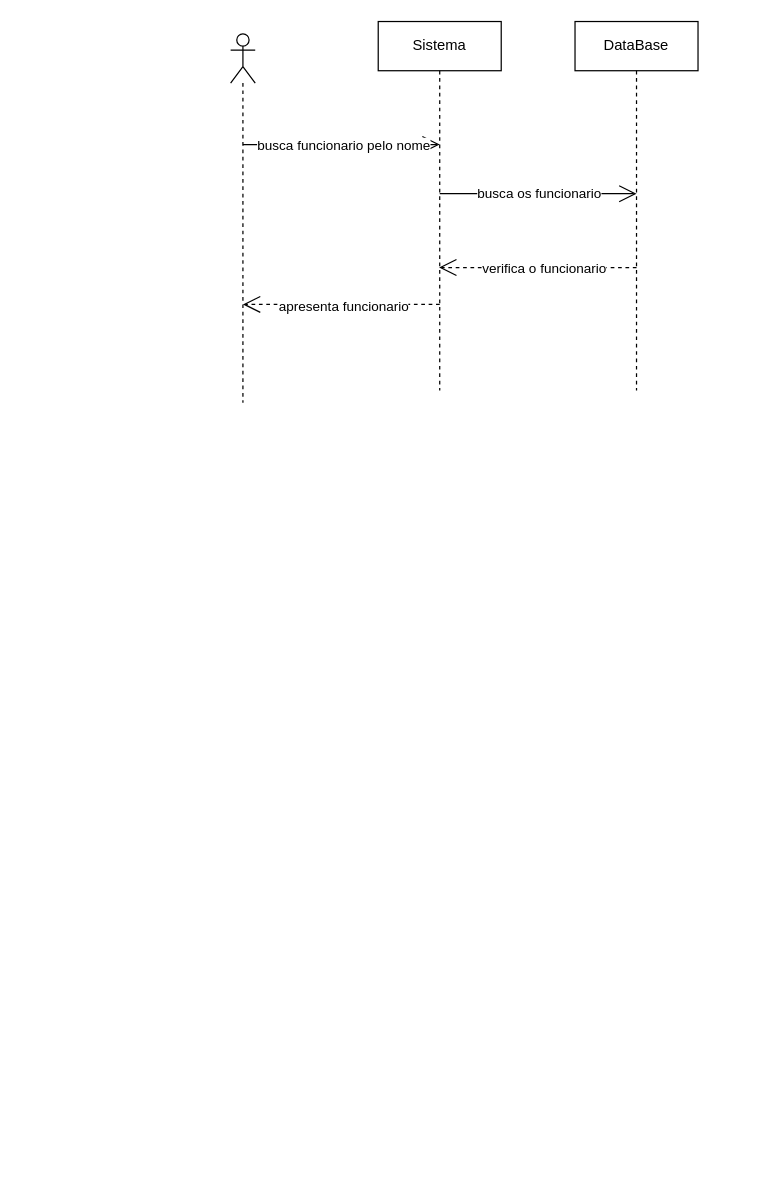
Earlier version of the draw.io diagram page "busca funcionario pelo nome" (19 of 22) of diagramas/sequencias/sequencias.drawio (ismaelnata01-maker/sistema-de-gestao-escolar). Source tidied: cells renumbered, new cells numbered last; positions are measured from the earlier drawing's top-left corner, leaving out a move shared by most shapes. Both pictures are drawn from the tidied source at 123%, with x=0, y=0 at pixel (230, 21).
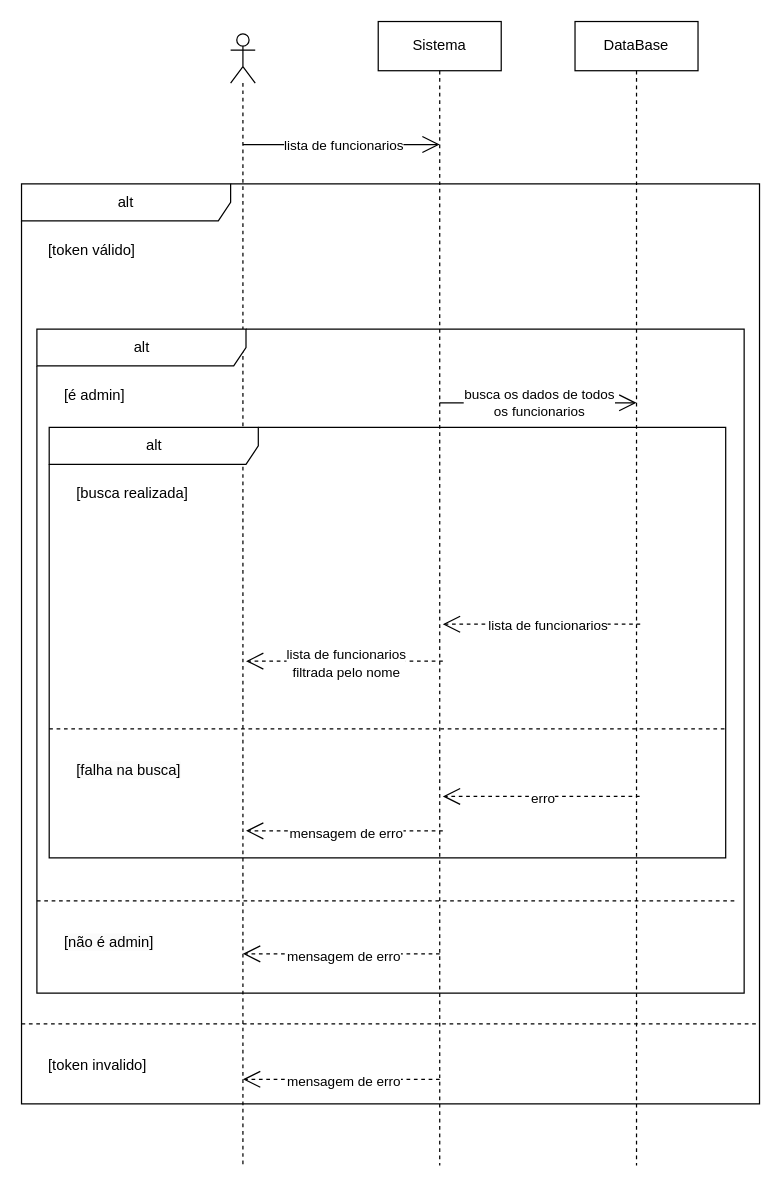
After the change.

Change to the diagram source:
```diff
@@
-    <mxCell id="2" style="endArrow=open;endFill=1;endSize=12;html=1;dashed=1;" parent="1" edge="1">
-      <mxGeometry relative="1" as="geometry">
-        <mxPoint x="330" y="200" as="sourcePoint" />
-        <mxPoint x="169.5" y="200" as="targetPoint" />
-        <Array as="points">
-          <mxPoint x="310" y="200" />
-        </Array>
-      </mxGeometry>
-    </mxCell>
-    <mxCell id="3" value="verifica o funcionario" style="edgeLabel;html=1;align=center;verticalAlign=middle;" parent="2" vertex="1">
-      <mxGeometry x="-0.05" relative="1" as="geometry" />
-    </mxCell>
-    <mxCell id="4" style="shape=umlLifeline;perimeter=lifelinePerimeter;whiteSpace=wrap;html=1;newEdgeStyle={&quot;curved&quot;:0,&quot;rounded&quot;:0};participant=umlActor;" parent="1" vertex="1">
-      <mxGeometry y="10" width="20" height="300" as="geometry" />
-    </mxCell>
+    <mxCell id="13" style="shape=umlLifeline;perimeter=lifelinePerimeter;whiteSpace=wrap;html=1;newEdgeStyle={&quot;curved&quot;:0,&quot;rounded&quot;:0};participant=umlActor;" parent="1" vertex="1">
+      <mxGeometry y="10" width="20" height="920" as="geometry" />
+    </mxCell>
     <mxCell id="5" value="Sistema" style="shape=umlLifeline;perimeter=lifelinePerimeter;whiteSpace=wrap;html=1;newEdgeStyle={&quot;curved&quot;:0,&quot;rounded&quot;:0};" parent="1" vertex="1">
-      <mxGeometry x="120" width="100" height="300" as="geometry" />
+      <mxGeometry x="120" width="100" height="930" as="geometry" />
     </mxCell>
     <mxCell id="6" value="DataBase" style="shape=umlLifeline;perimeter=lifelinePerimeter;whiteSpace=wrap;html=1;newEdgeStyle={&quot;curved&quot;:0,&quot;rounded&quot;:0};" parent="1" vertex="1">
-      <mxGeometry x="280" width="100" height="300" as="geometry" />
+      <mxGeometry x="280" width="100" height="930" as="geometry" />
     </mxCell>
-    <mxCell id="7" style="endArrow=open;endFill=1;endSize=12;html=1;" parent="1" edge="1">
-      <mxGeometry relative="1" as="geometry">
-        <mxPoint x="10" y="100" as="sourcePoint" />
-        <mxPoint x="170" y="100" as="targetPoint" />
-      </mxGeometry>
-    </mxCell>
-    <mxCell id="8" value="busca funcionario pelo nome" style="edgeLabel;html=1;align=center;verticalAlign=middle;" parent="7" vertex="1">
-      <mxGeometry x="0.01" relative="1" as="geometry" />
-    </mxCell>
-    <mxCell id="9" style="endArrow=open;endFill=1;endSize=12;html=1;" parent="1" edge="1">
-      <mxGeometry relative="1" as="geometry">
-        <mxPoint x="170" y="140" as="sourcePoint" />
-        <mxPoint x="330" y="140" as="targetPoint" />
-      </mxGeometry>
-    </mxCell>
-    <mxCell id="10" value="busca os funcionario" style="edgeLabel;html=1;align=center;verticalAlign=middle;" parent="9" vertex="1">
-      <mxGeometry y="1" relative="1" as="geometry" />
-    </mxCell>
-    <mxCell id="11" style="endArrow=open;endFill=1;endSize=12;html=1;dashed=1;" parent="1" edge="1">
-      <mxGeometry relative="1" as="geometry">
-        <mxPoint x="170" y="230" as="sourcePoint" />
-        <mxPoint x="10" y="230" as="targetPoint" />
-      </mxGeometry>
-    </mxCell>
-    <mxCell id="12" value="apresenta funcionario" style="edgeLabel;html=1;align=center;verticalAlign=middle;" parent="11" vertex="1">
-      <mxGeometry x="-0.01" y="1" relative="1" as="geometry" />
-    </mxCell>
+    <mxCell id="14" style="endArrow=open;endFill=1;endSize=12;html=1;" parent="1" edge="1">
+      <mxGeometry relative="1" as="geometry">
+        <mxPoint x="10" y="100" as="sourcePoint" />
+        <mxPoint x="170" y="100" as="targetPoint" />
+      </mxGeometry>
+    </mxCell>
+    <mxCell id="15" value="lista de funcionarios" style="edgeLabel;html=1;align=center;verticalAlign=middle;" parent="14" vertex="1">
+      <mxGeometry x="0.01" relative="1" as="geometry" />
+    </mxCell>
+    <mxCell id="16" value="alt" style="shape=umlFrame;whiteSpace=wrap;html=1;width=170;" parent="1" vertex="1">
+      <mxGeometry x="-170" y="132" width="600" height="748" as="geometry" />
+    </mxCell>
+    <mxCell id="17" value="[token válido]" style="text;html=1;" parent="16" vertex="1">
+      <mxGeometry width="100" height="20" relative="1" as="geometry">
+        <mxPoint x="20" y="40" as="offset" />
+      </mxGeometry>
+    </mxCell>
+    <mxCell id="18" value="[token invalido]" style="line;strokeWidth=1;dashed=1;labelPosition=center;verticalLabelPosition=bottom;align=left;verticalAlign=top;spacingLeft=20;spacingTop=15;html=1;whiteSpace=wrap;" parent="16" vertex="1">
+      <mxGeometry y="678" width="600" height="10" as="geometry" />
+    </mxCell>
+    <mxCell id="19" style="endArrow=open;endFill=1;endSize=12;html=1;dashed=1;" parent="16" edge="1">
+      <mxGeometry relative="1" as="geometry">
+        <mxPoint x="340" y="728" as="sourcePoint" />
+        <mxPoint x="180" y="728" as="targetPoint" />
+      </mxGeometry>
+    </mxCell>
+    <mxCell id="20" value="mensagem de erro" style="edgeLabel;html=1;align=center;verticalAlign=middle;" parent="19" vertex="1">
+      <mxGeometry x="-0.01" y="1" relative="1" as="geometry" />
+    </mxCell>
+    <mxCell id="21" value="alt" style="shape=umlFrame;whiteSpace=wrap;html=1;width=170;" parent="16" vertex="1">
+      <mxGeometry x="12.5" y="118" width="575" height="540" as="geometry" />
+    </mxCell>
+    <mxCell id="22" value="[é admin]" style="text;html=1;" parent="21" vertex="1">
+      <mxGeometry width="100" height="20" relative="1" as="geometry">
+        <mxPoint x="20" y="40" as="offset" />
+      </mxGeometry>
+    </mxCell>
+    <mxCell id="23" value="&lt;span style=&quot;text-wrap-mode: nowrap; background-color: rgb(251, 251, 251);&quot;&gt;[não é admin]&lt;/span&gt;" style="line;strokeWidth=1;dashed=1;labelPosition=center;verticalLabelPosition=bottom;align=left;verticalAlign=top;spacingLeft=20;spacingTop=15;html=1;whiteSpace=wrap;" parent="21" vertex="1">
+      <mxGeometry y="460" width="570" height="10" as="geometry" />
+    </mxCell>
+    <mxCell id="24" style="endArrow=open;endFill=1;endSize=12;html=1;dashed=1;" parent="21" edge="1">
+      <mxGeometry relative="1" as="geometry">
+        <mxPoint x="327.5" y="508" as="sourcePoint" />
+        <mxPoint x="167.5" y="508" as="targetPoint" />
+      </mxGeometry>
+    </mxCell>
+    <mxCell id="25" value="mensagem de erro" style="edgeLabel;html=1;align=center;verticalAlign=middle;" parent="24" vertex="1">
+      <mxGeometry x="-0.01" y="1" relative="1" as="geometry" />
+    </mxCell>
+    <mxCell id="26" value="alt" style="shape=umlFrame;whiteSpace=wrap;html=1;width=170;" parent="21" vertex="1">
+      <mxGeometry x="10" y="80" width="550" height="350" as="geometry" />
+    </mxCell>
+    <mxCell id="27" value="[busca realizada]" style="text;html=1;" parent="26" vertex="1">
+      <mxGeometry width="100" height="20" relative="1" as="geometry">
+        <mxPoint x="20" y="40" as="offset" />
+      </mxGeometry>
+    </mxCell>
+    <mxCell id="28" value="&lt;span style=&quot;text-wrap-mode: nowrap; background-color: rgb(251, 251, 251);&quot;&gt;[falha na busca]&lt;/span&gt;" style="line;strokeWidth=1;dashed=1;labelPosition=center;verticalLabelPosition=bottom;align=left;verticalAlign=top;spacingLeft=20;spacingTop=15;html=1;whiteSpace=wrap;" parent="26" vertex="1">
+      <mxGeometry y="240" width="550" height="10" as="geometry" />
+    </mxCell>
+    <mxCell id="29" style="endArrow=open;endFill=1;endSize=12;html=1;dashed=1;" parent="26" edge="1">
+      <mxGeometry relative="1" as="geometry">
+        <mxPoint x="320" y="328" as="sourcePoint" />
+        <mxPoint x="160" y="328" as="targetPoint" />
+      </mxGeometry>
+    </mxCell>
+    <mxCell id="30" value="mensagem de erro" style="edgeLabel;html=1;align=center;verticalAlign=middle;" parent="29" vertex="1">
+      <mxGeometry x="-0.01" y="1" relative="1" as="geometry" />
+    </mxCell>
+    <mxCell id="31" style="endArrow=open;endFill=1;endSize=12;html=1;dashed=1;" parent="26" edge="1">
+      <mxGeometry relative="1" as="geometry">
+        <mxPoint x="480.5" y="160" as="sourcePoint" />
+        <mxPoint x="320" y="160" as="targetPoint" />
+        <Array as="points">
+          <mxPoint x="460.5" y="160" />
+        </Array>
+      </mxGeometry>
+    </mxCell>
+    <mxCell id="32" value="lista de funcionarios" style="edgeLabel;html=1;align=center;verticalAlign=middle;" parent="31" vertex="1">
+      <mxGeometry x="-0.05" relative="1" as="geometry" />
+    </mxCell>
+    <mxCell id="33" style="endArrow=open;endFill=1;endSize=12;html=1;dashed=1;" parent="26" edge="1">
+      <mxGeometry relative="1" as="geometry">
+        <mxPoint x="320" y="190" as="sourcePoint" />
+        <mxPoint x="160" y="190" as="targetPoint" />
+      </mxGeometry>
+    </mxCell>
+    <mxCell id="34" value="&lt;span style=&quot;color: rgb(0, 0, 0);&quot;&gt;lista de funcionarios&lt;/span&gt;&lt;div&gt;&lt;span style=&quot;color: rgb(0, 0, 0);&quot;&gt;filtrada&amp;nbsp;&lt;/span&gt;&lt;span style=&quot;background-color: light-dark(#ffffff, var(--ge-dark-color, #121212));&quot;&gt;pelo nome&lt;/span&gt;&lt;/div&gt;" style="edgeLabel;html=1;align=center;verticalAlign=middle;" parent="33" vertex="1">
+      <mxGeometry x="-0.01" y="1" relative="1" as="geometry" />
+    </mxCell>
+    <mxCell id="35" style="endArrow=open;endFill=1;endSize=12;html=1;dashed=1;" parent="26" edge="1">
+      <mxGeometry relative="1" as="geometry">
+        <mxPoint x="480" y="300" as="sourcePoint" />
+        <mxPoint x="320" y="300" as="targetPoint" />
+      </mxGeometry>
+    </mxCell>
+    <mxCell id="36" value="erro" style="edgeLabel;html=1;align=center;verticalAlign=middle;" parent="35" vertex="1">
+      <mxGeometry x="-0.01" y="1" relative="1" as="geometry" />
+    </mxCell>
+    <mxCell id="37" style="endArrow=open;endFill=1;endSize=12;html=1;" parent="21" edge="1">
+      <mxGeometry relative="1" as="geometry">
+        <mxPoint x="327.5" y="60" as="sourcePoint" />
+        <mxPoint x="487.5" y="60" as="targetPoint" />
+      </mxGeometry>
+    </mxCell>
+    <mxCell id="38" value="busca os dados de todos&lt;div&gt;os funcionarios&lt;/div&gt;" style="edgeLabel;html=1;align=center;verticalAlign=middle;" parent="37" vertex="1">
+      <mxGeometry y="1" relative="1" as="geometry" />
+    </mxCell>
```
